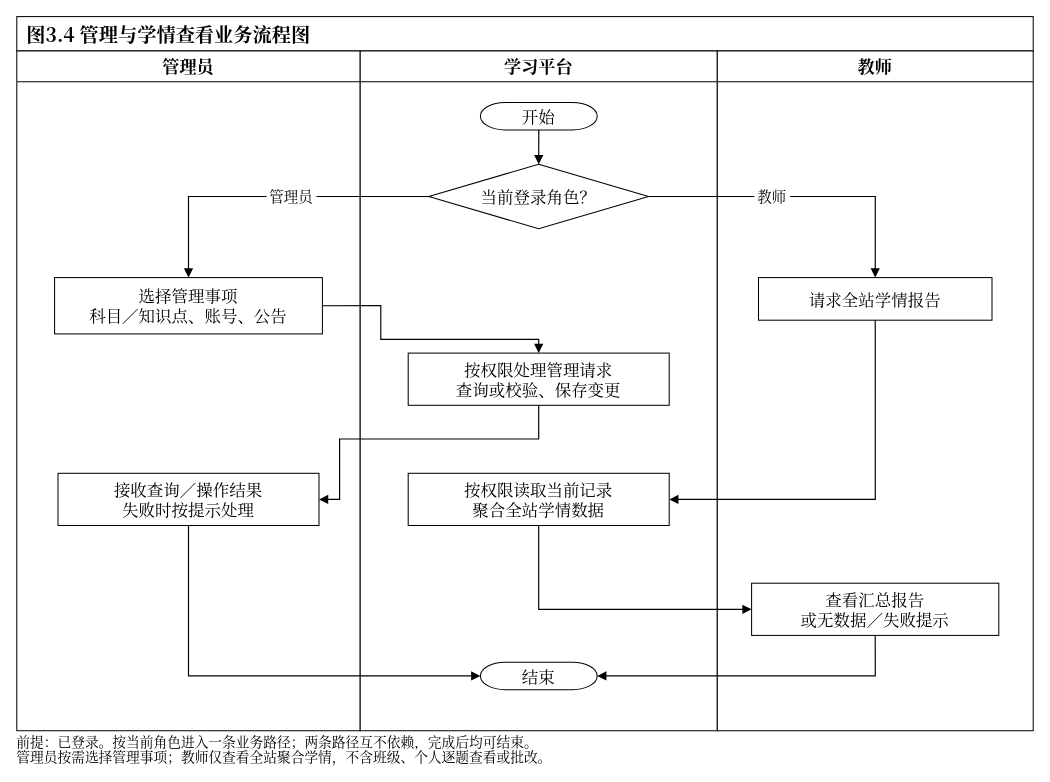
The draw.io diagram docs/thesis/business-flow/review-20261111/03-管理与学情查看.drawio in zc0429/graduation-project, before the edit. Source tidied: cells renumbered, new cells numbered last; positions are measured from the earlier drawing's top-left corner, leaving out a move shared by most shapes. Both pictures are drawn from the tidied source at 100%, with x=0, y=0 at pixel (16, 16).
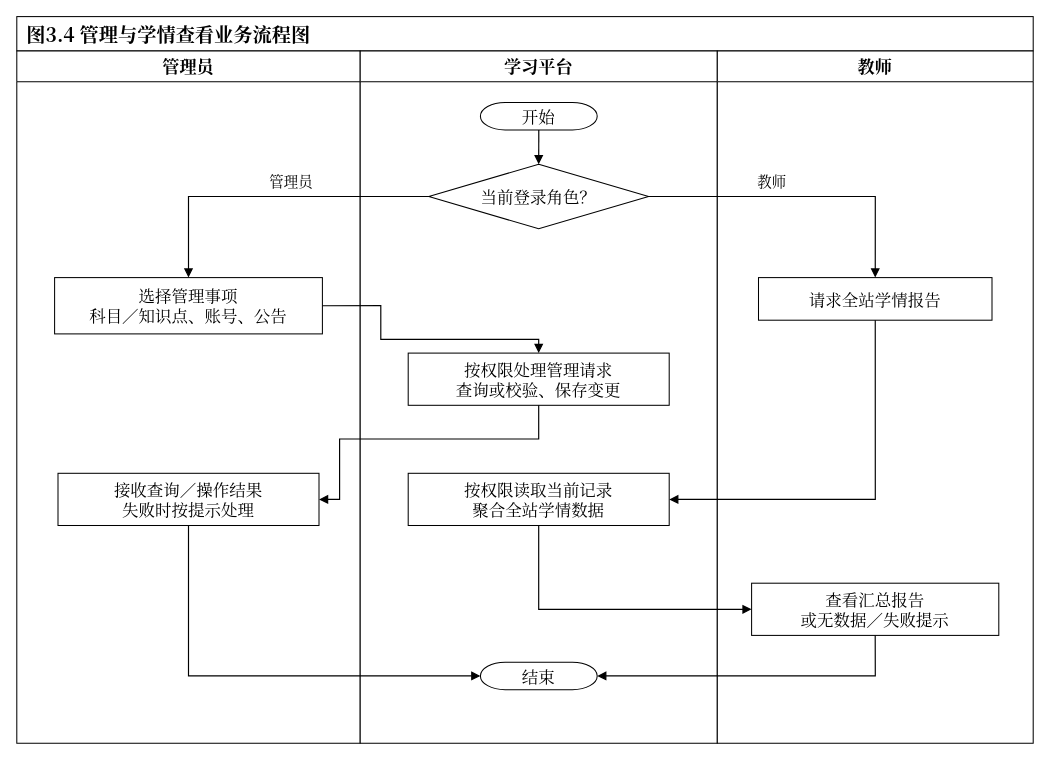
The same diagram, later.

What changed in the source:
```diff
@@
     <mxCell id="3" value="管理员" style="html=0;whiteSpace=nowrap;fontFamily=Noto Serif CJK SC;fontColor=#000000;strokeColor=#000000;fillColor=#ffffff;strokeWidth=1.03018125;align=center;verticalAlign=middle;spacing=0;shape=swimlane;horizontal=1;startSize=30.905437499999994;fontSize=17.1696875;fontStyle=1;swimlaneFillColor=#ffffff;" parent="1" vertex="1">
-      <mxGeometry x="0.3" y="34.4" width="343.4" height="679.9" as="geometry" />
+      <mxGeometry x="0.3" y="34.4" width="343.4" height="692.3" as="geometry" />
     </mxCell>
     <mxCell id="4" value="学习平台" style="html=0;whiteSpace=nowrap;fontFamily=Noto Serif CJK SC;fontColor=#000000;strokeColor=#000000;fillColor=#ffffff;strokeWidth=1.03018125;align=center;verticalAlign=middle;spacing=0;shape=swimlane;horizontal=1;startSize=30.905437499999994;fontSize=17.1696875;fontStyle=1;swimlaneFillColor=#ffffff;" parent="1" vertex="1">
-      <mxGeometry x="343.7" y="34.4" width="357.1" height="679.9" as="geometry" />
+      <mxGeometry x="343.7" y="34.4" width="357.1" height="692.3" as="geometry" />
     </mxCell>
     <mxCell id="5" value="教师" style="html=0;whiteSpace=nowrap;fontFamily=Noto Serif CJK SC;fontColor=#000000;strokeColor=#000000;fillColor=#ffffff;strokeWidth=1.03018125;align=center;verticalAlign=middle;spacing=0;shape=swimlane;horizontal=1;startSize=30.905437499999994;fontSize=17.1696875;fontStyle=1;swimlaneFillColor=#ffffff;" parent="1" vertex="1">
-      <mxGeometry x="700.8" y="34.4" width="315.9" height="679.9" as="geometry" />
+      <mxGeometry x="700.8" y="34.4" width="315.9" height="692.3" as="geometry" />
     </mxCell>
@@
-    <mxCell id="17" value="管理员" style="html=0;whiteSpace=nowrap;fontFamily=Noto Serif CJK SC;fontColor=#000000;strokeColor=#000000;fillColor=#ffffff;strokeWidth=1.03018125;align=center;verticalAlign=middle;spacing=0;strokeColor=none;fontSize=14.422537499999999;" parent="1" vertex="1">
-      <mxGeometry x="249.9" y="170.4" width="50.1" height="19.2" as="geometry" />
+    <mxCell id="17" value="管理员" style="html=0;whiteSpace=nowrap;fontFamily=Noto Serif CJK SC;fontColor=#000000;strokeColor=#000000;fillColor=#ffffff;strokeWidth=1.03018125;align=center;verticalAlign=middle;spacing=0;strokeColor=none;fillColor=none;fontSize=14.422537499999999;" parent="1" vertex="1">
+      <mxGeometry x="249.9" y="155.3" width="50.1" height="19.2" as="geometry" />
     </mxCell>
@@
-    <mxCell id="19" value="教师" style="html=0;whiteSpace=nowrap;fontFamily=Noto Serif CJK SC;fontColor=#000000;strokeColor=#000000;fillColor=#ffffff;strokeWidth=1.03018125;align=center;verticalAlign=middle;spacing=0;strokeColor=none;fontSize=14.422537499999999;" parent="1" vertex="1">
-      <mxGeometry x="737.9" y="170.4" width="35.7" height="19.2" as="geometry" />
+    <mxCell id="19" value="教师" style="html=0;whiteSpace=nowrap;fontFamily=Noto Serif CJK SC;fontColor=#000000;strokeColor=#000000;fillColor=#ffffff;strokeWidth=1.03018125;align=center;verticalAlign=middle;spacing=0;strokeColor=none;fillColor=none;fontSize=14.422537499999999;" parent="1" vertex="1">
+      <mxGeometry x="737.9" y="155.3" width="35.7" height="19.2" as="geometry" />
     </mxCell>
@@
-    <mxCell id="26" value="前提：已登录。按当前角色进入一条业务路径；两条路径互不依赖，完成后均可结束。" style="html=0;whiteSpace=nowrap;fontFamily=Noto Serif CJK SC;fontColor=#000000;strokeColor=#000000;fillColor=#ffffff;strokeWidth=1.03018125;align=center;verticalAlign=middle;spacing=0;strokeColor=none;fontSize=13.735749999999998;align=left;" parent="1" vertex="1">
-      <mxGeometry x="0.3" y="717.8" width="1016.4" height="14.4" as="geometry" />
-    </mxCell>
-    <mxCell id="27" value="管理员按需选择管理事项；教师仅查看全站聚合学情，不含班级、个人逐题查看或批改。" style="html=0;whiteSpace=nowrap;fontFamily=Noto Serif CJK SC;fontColor=#000000;strokeColor=#000000;fillColor=#ffffff;strokeWidth=1.03018125;align=center;verticalAlign=middle;spacing=0;strokeColor=none;fontSize=13.735749999999998;align=left;" parent="1" vertex="1">
-      <mxGeometry x="0.3" y="732.9" width="1016.4" height="14.4" as="geometry" />
-    </mxCell>
```
